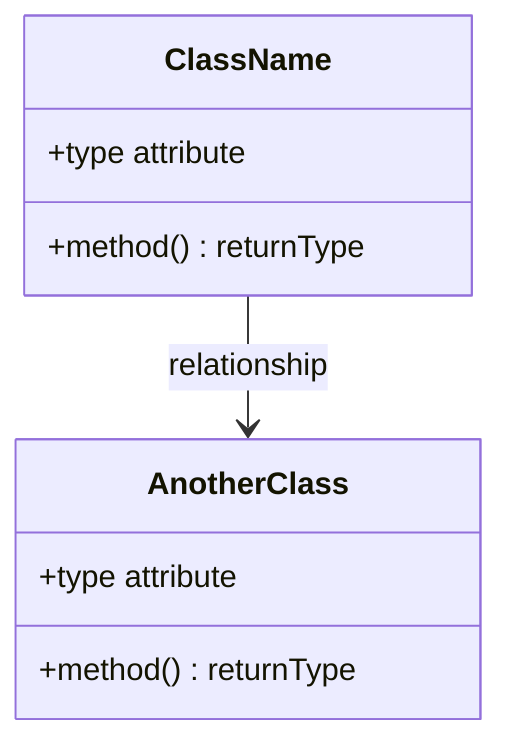
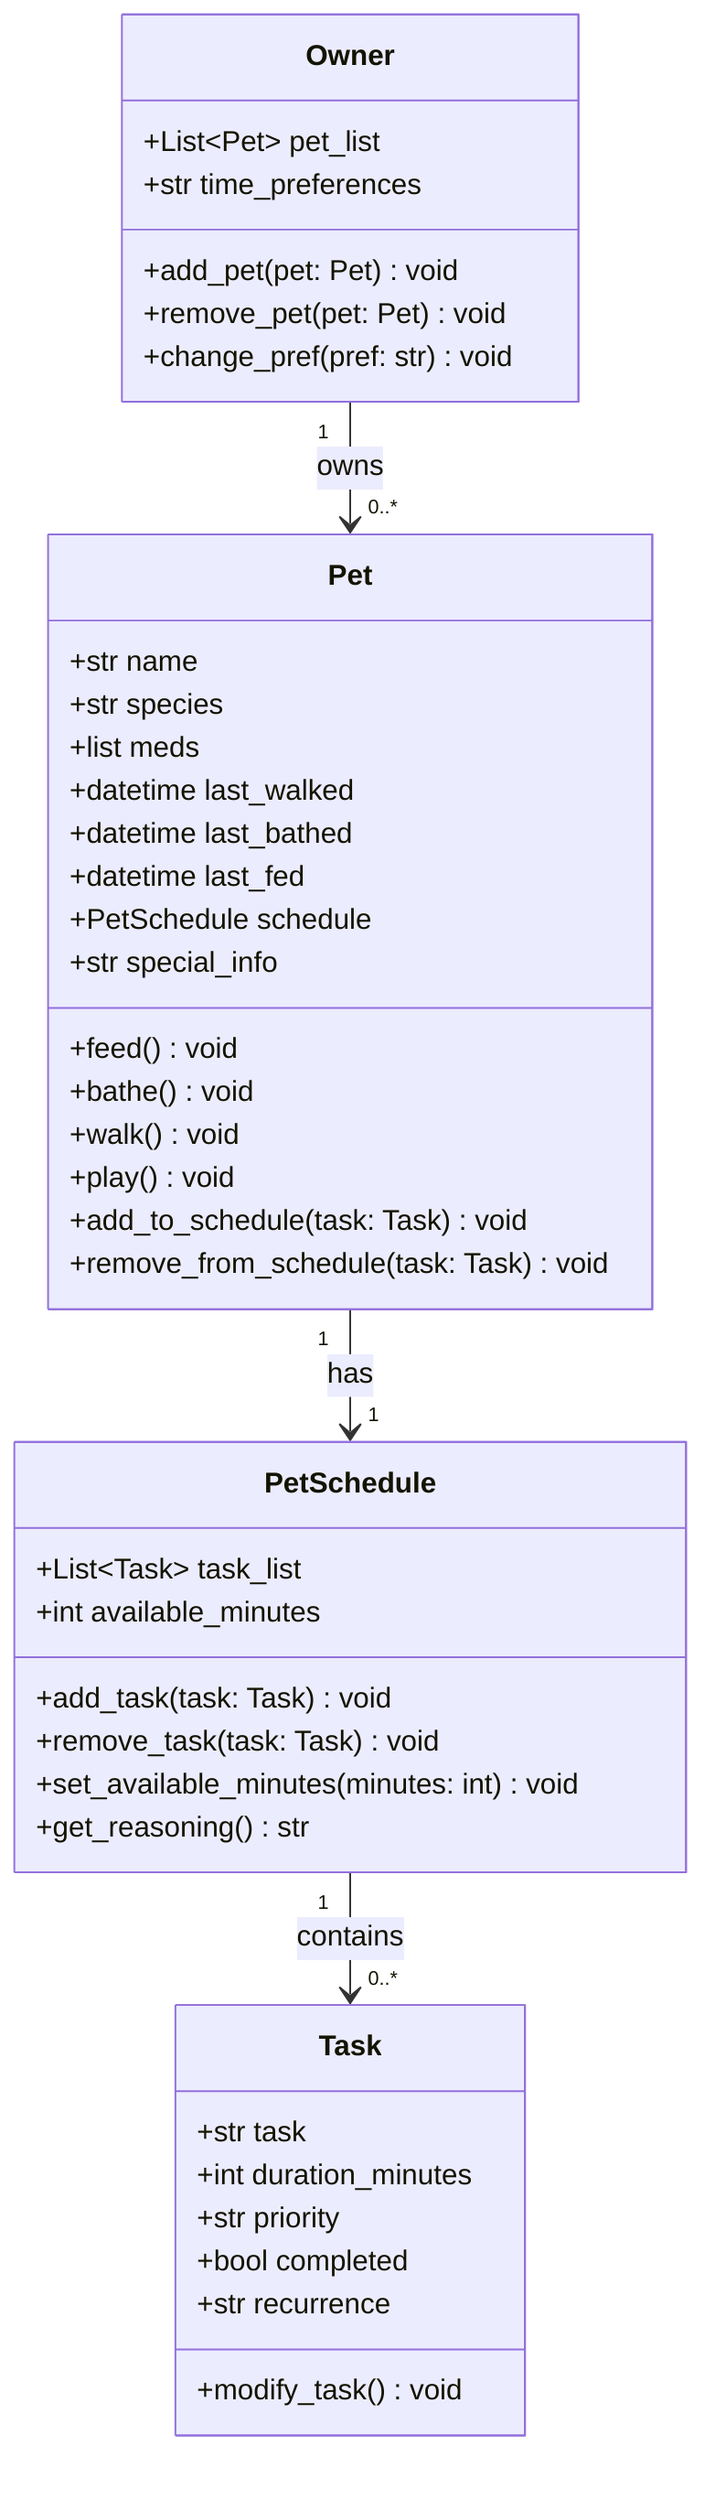
classDiagram
-     %% Replace the placeholders below with your actual classes, attributes, methods, and relationships.
    %% Keep this file updated so it matches your final implementation.
+     %% Owner -> Pet -> PetSchedule -> Task is a strict one-directional tree:
+     %% no child holds a back-reference to its parent, so nothing needs manual syncing.

-     class ClassName {
-         +type attribute
-         +method() returnType
+     class Owner {
+         +List~Pet~ pet_list
+         +str time_preferences
+         +add_pet(pet: Pet) void
+         +remove_pet(pet: Pet) void
+         +change_pref(pref: str) void
    }

-     class AnotherClass {
-         +type attribute
-         +method() returnType
+     class Pet {
+         +str name
+         +str species
+         +list meds
+         +datetime last_walked
+         +datetime last_bathed
+         +datetime last_fed
+         +PetSchedule schedule
+         +str special_info
+         +feed() void
+         +bathe() void
+         +walk() void
+         +play() void
+         +add_to_schedule(task: Task) void
+         +remove_from_schedule(task: Task) void
    }

-     ClassName --> AnotherClass : relationship
+     class PetSchedule {
+         +List~Task~ task_list
+         +int available_minutes
+         +add_task(task: Task) void
+         +remove_task(task: Task) void
+         +set_available_minutes(minutes: int) void
+         +get_reasoning() str
+     }
+ 
+     class Task {
+         +str task
+         +int duration_minutes
+         +str priority
+         +bool completed
+         +str recurrence
+         +modify_task() void
+     }
+ 
+     Owner "1" --> "0..*" Pet : owns
+     Pet "1" --> "1" PetSchedule : has
+     PetSchedule "1" --> "0..*" Task : contains
